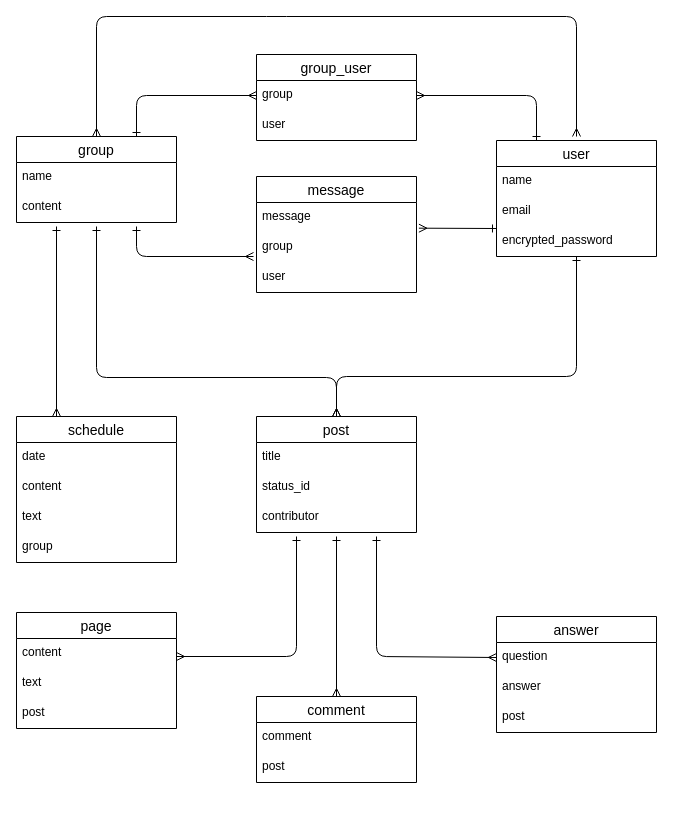
This is ER.dio from xcattleyax/free-seeker, a draw.io file, before an edit. Source tidied: cells renumbered, new cells numbered last; positions are measured from the earlier drawing's top-left corner, leaving out a move shared by most shapes. Both pictures are drawn from the tidied source at 100%, with x=0, y=0 at pixel (16, 16).
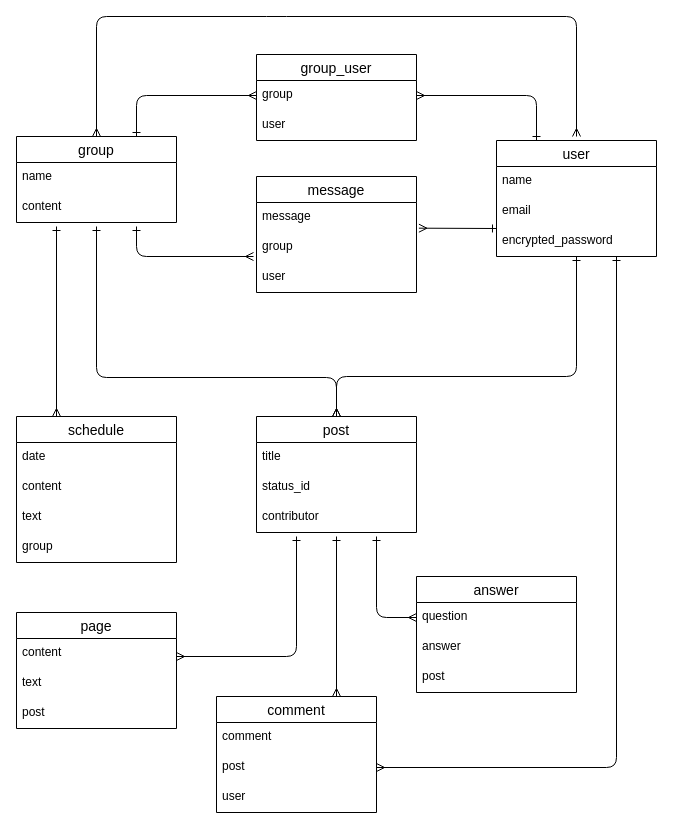
The same diagram, later.

The change refers to these unchanged cells:
```xml
<mxCell id="27" value="post" style="text;strokeColor=none;fillColor=none;spacingLeft=4;spacingRight=4;overflow=hidden;points=[[0,0.5],[1,0.5]];portConstraint=eastwest;fontSize=12;" parent="25" vertex="1">
  <mxGeometry y="56" width="160" height="30" as="geometry" />
</mxCell>
<mxCell id="30" value="question" style="text;strokeColor=none;fillColor=none;spacingLeft=4;spacingRight=4;overflow=hidden;points=[[0,0.5],[1,0.5]];portConstraint=eastwest;fontSize=12;" parent="29" vertex="1">
  <mxGeometry y="26" width="160" height="30" as="geometry" />
</mxCell>
```

What changed in the source:
```diff
@@
     <mxCell id="25" value="comment" style="swimlane;fontStyle=0;horizontal=1;startSize=26;align=center;fontSize=14;" parent="1" vertex="1">
-      <mxGeometry x="240" y="680" width="160" height="86" as="geometry" />
+      <mxGeometry x="200" y="680" width="160" height="116" as="geometry" />
     </mxCell>
@@
+    <mxCell id="47" value="user" style="text;strokeColor=none;fillColor=none;spacingLeft=4;spacingRight=4;overflow=hidden;fontSize=12;" parent="25" vertex="1">
+      <mxGeometry y="86" width="160" height="30" as="geometry" />
+    </mxCell>
-    <mxCell id="28" style="edgeStyle=none;html=1;entryX=0.5;entryY=0;entryDx=0;entryDy=0;startArrow=ERone;startFill=0;endArrow=ERmany;endFill=0;" parent="1" edge="1" target="25">
+    <mxCell id="28" style="edgeStyle=none;html=1;entryX=0.75;entryY=0;entryDx=0;entryDy=0;startArrow=ERone;startFill=0;endArrow=ERmany;endFill=0;" parent="1" edge="1" target="25">
       <mxGeometry relative="1" as="geometry">
         <mxPoint x="320" y="520" as="sourcePoint" />
       </mxGeometry>
     </mxCell>
     <mxCell id="29" value="answer" style="swimlane;fontStyle=0;horizontal=1;startSize=26;align=center;fontSize=14;" parent="1" vertex="1">
-      <mxGeometry x="480" y="600" width="160" height="116" as="geometry" />
+      <mxGeometry x="400" y="560" width="160" height="116" as="geometry" />
     </mxCell>
@@
     <mxCell id="33" style="edgeStyle=none;html=1;entryX=0;entryY=0.5;entryDx=0;entryDy=0;startArrow=ERone;startFill=0;endArrow=ERmany;endFill=0;" parent="1" edge="1" target="30">
       <mxGeometry relative="1" as="geometry">
         <mxPoint x="360" y="520" as="sourcePoint" />
         <Array as="points">
-          <mxPoint x="360" y="640" />
+          <mxPoint x="360" y="601" />
         </Array>
       </mxGeometry>
     </mxCell>
@@
+    <mxCell id="48" style="edgeStyle=none;html=1;endArrow=ERmany;endFill=0;startArrow=ERone;startFill=0;entryX=1;entryY=0.5;entryDx=0;entryDy=0;" parent="1" edge="1" target="27">
+      <mxGeometry relative="1" as="geometry">
+        <mxPoint x="600" y="240" as="sourcePoint" />
+        <Array as="points">
+          <mxPoint x="600" y="751" />
+        </Array>
+      </mxGeometry>
+    </mxCell>
```
